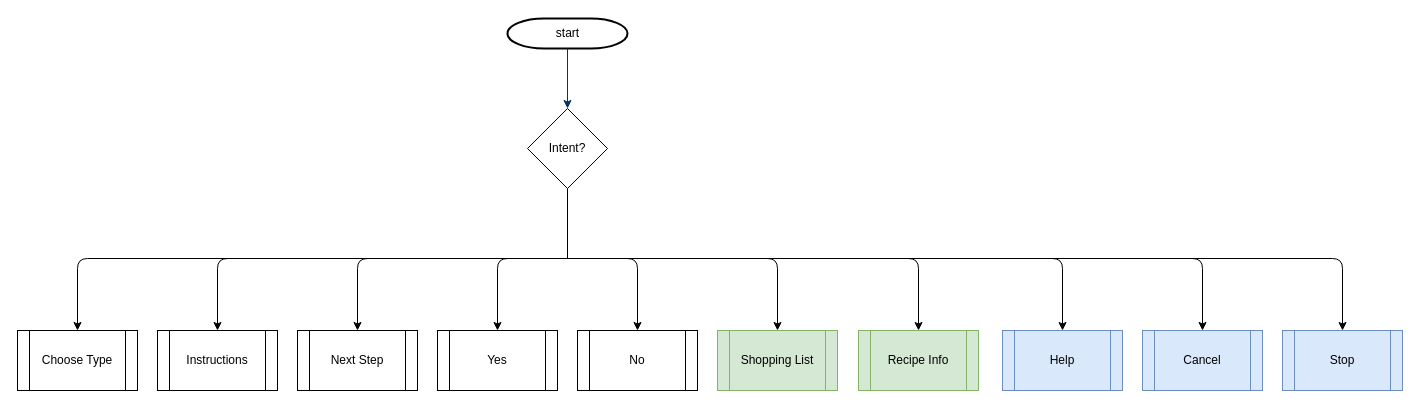
Before: overview.drawio in mattjaenicke/flowcharts, a draw.io diagram. Source tidied: cells renumbered, new cells numbered last; positions are measured from the earlier drawing's top-left corner, leaving out a move shared by most shapes. Both pictures are drawn from the tidied source at 100%, with x=0, y=0 at pixel (17, 18).
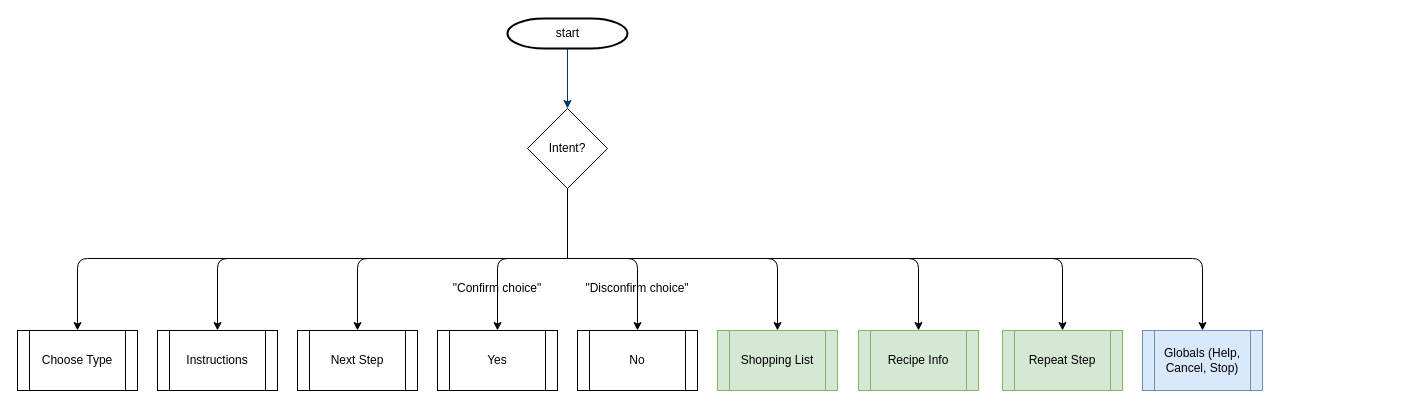
After the change.

Change to the diagram source:
```diff
@@
-    <mxCell id="11" value="Help" style="shape=process;whiteSpace=wrap;html=1;backgroundOutline=1;fillColor=#dae8fc;strokeColor=#6c8ebf;" parent="1" vertex="1">
+    <mxCell id="11" value="Repeat Step" style="shape=process;whiteSpace=wrap;html=1;backgroundOutline=1;fillColor=#d5e8d4;strokeColor=#82b366;" parent="1" vertex="1">
       <mxGeometry x="985" y="312" width="120" height="60" as="geometry" />
     </mxCell>
-    <mxCell id="12" value="Cancel" style="shape=process;whiteSpace=wrap;html=1;backgroundOutline=1;fillColor=#dae8fc;strokeColor=#6c8ebf;" parent="1" vertex="1">
+    <mxCell id="12" value="Globals (Help, Cancel, Stop)" style="shape=process;whiteSpace=wrap;html=1;backgroundOutline=1;fillColor=#dae8fc;strokeColor=#6c8ebf;" parent="1" vertex="1">
       <mxGeometry x="1125" y="312" width="120" height="60" as="geometry" />
     </mxCell>
-    <mxCell id="13" value="Stop" style="shape=process;whiteSpace=wrap;html=1;backgroundOutline=1;fillColor=#dae8fc;strokeColor=#6c8ebf;" parent="1" vertex="1">
-      <mxGeometry x="1265" y="312" width="120" height="60" as="geometry" />
-    </mxCell>
@@
-    <mxCell id="18" style="endArrow=classic;html=1;entryX=0.5;entryY=0;entryDx=0;entryDy=0;exitX=0.5;exitY=1;exitDx=0;exitDy=0;" parent="1" edge="1" target="13">
-      <mxGeometry relative="1" as="geometry">
-        <mxPoint x="550" y="240" as="sourcePoint" />
-        <Array as="points">
-          <mxPoint x="1040" y="240" />
-          <mxPoint x="1325" y="240" />
-        </Array>
-      </mxGeometry>
-    </mxCell>
@@
+    <mxCell id="26" value="&quot;Confirm choice&quot;" style="text;html=1;strokeColor=none;fillColor=none;align=center;verticalAlign=middle;whiteSpace=wrap;rounded=0;" parent="1" vertex="1">
+      <mxGeometry x="420" y="260" width="120" height="20" as="geometry" />
+    </mxCell>
+    <mxCell id="27" value="&quot;Disconfirm choice&quot;" style="text;html=1;strokeColor=none;fillColor=none;align=center;verticalAlign=middle;whiteSpace=wrap;rounded=0;" parent="1" vertex="1">
+      <mxGeometry x="565" y="260" width="110" height="20" as="geometry" />
+    </mxCell>
```
